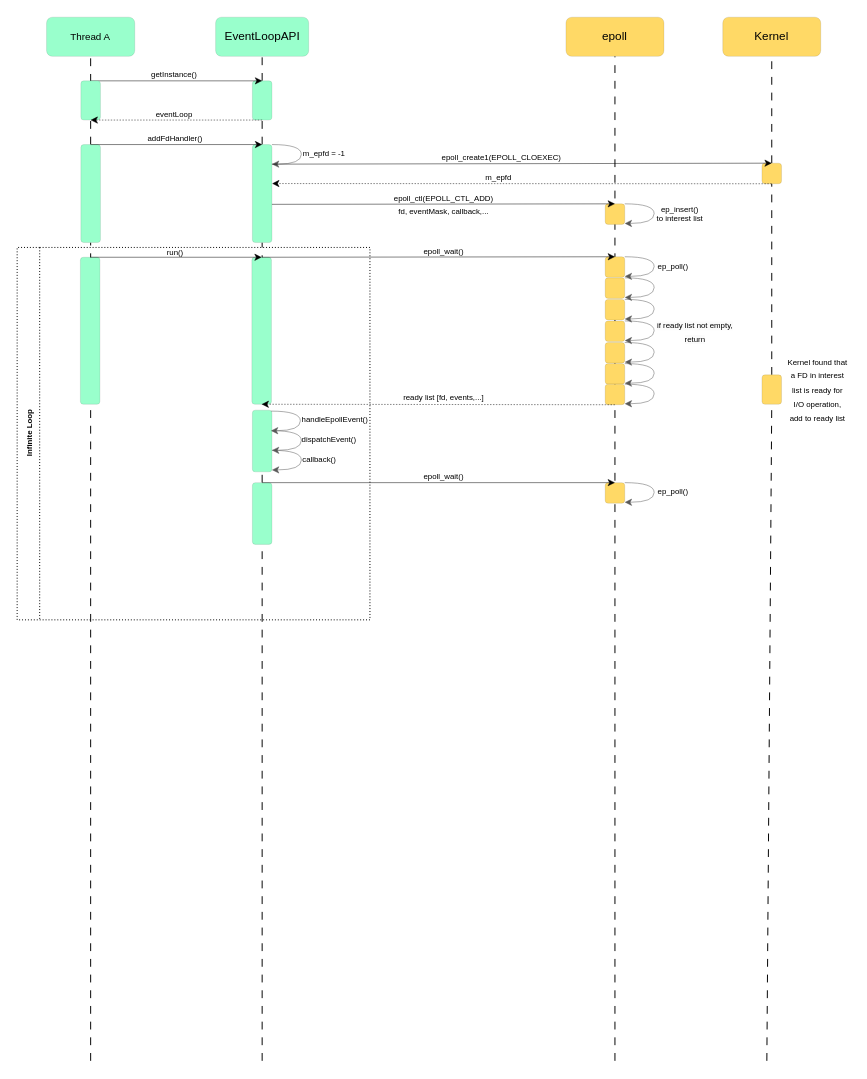
giang-nguyentbk/utils-framework keeps this draw.io diagram as assets/eventloop-1.drawio. Above is the earlier version. Source tidied: cells renumbered, new cells numbered last; positions are measured from the earlier drawing's top-left corner, leaving out a move shared by most shapes. Both pictures are drawn from the tidied source at 98%, with x=0, y=0 at pixel (17, 17).
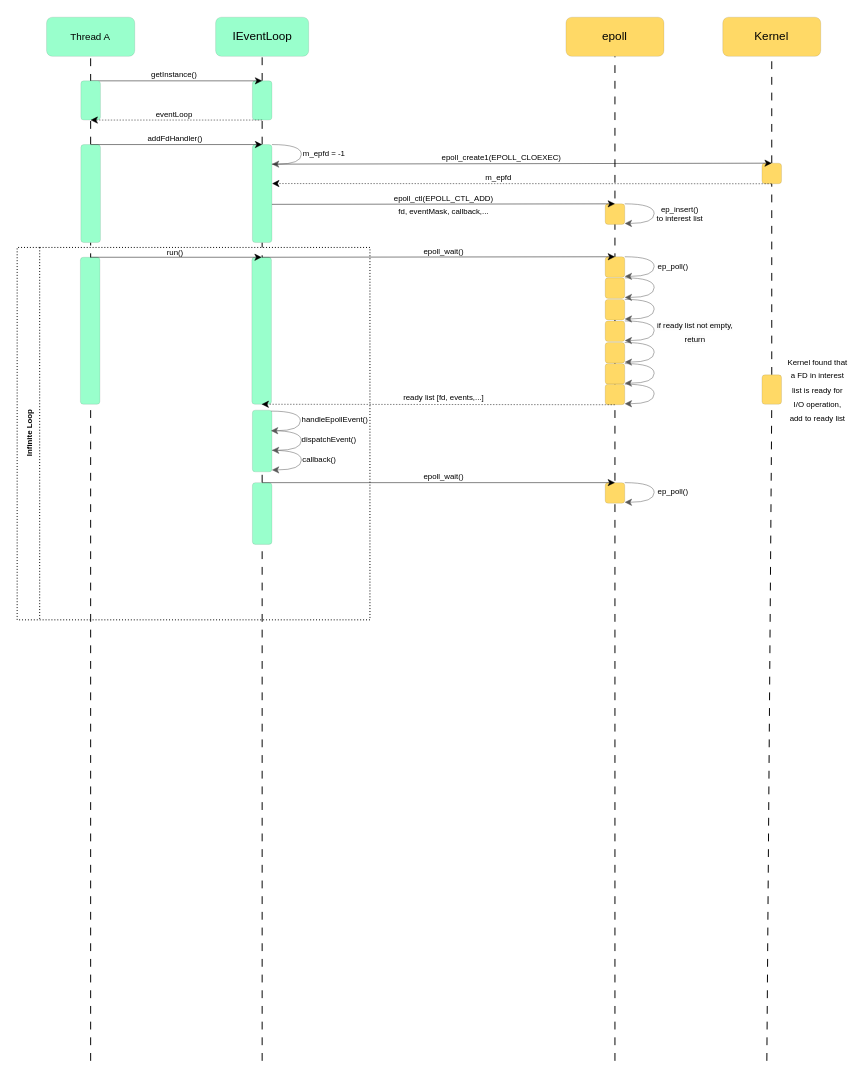
After the change.

What changed in the source:
```diff
@@
-    <mxCell id="5" value="&lt;span style=&quot;font-weight: normal;&quot;&gt;EventLoopAPI&lt;/span&gt;" style="rounded=1;whiteSpace=wrap;html=1;fillColor=#99FFCC;strokeWidth=0;fontStyle=1;" parent="1" vertex="1">
+    <mxCell id="5" value="&lt;span style=&quot;font-weight: normal;&quot;&gt;IEventLoop&lt;/span&gt;" style="rounded=1;whiteSpace=wrap;html=1;fillColor=#99FFCC;strokeWidth=0;fontStyle=1;" parent="1" vertex="1">
       <mxGeometry x="202.5" width="95" height="40" as="geometry" />
     </mxCell>
```
